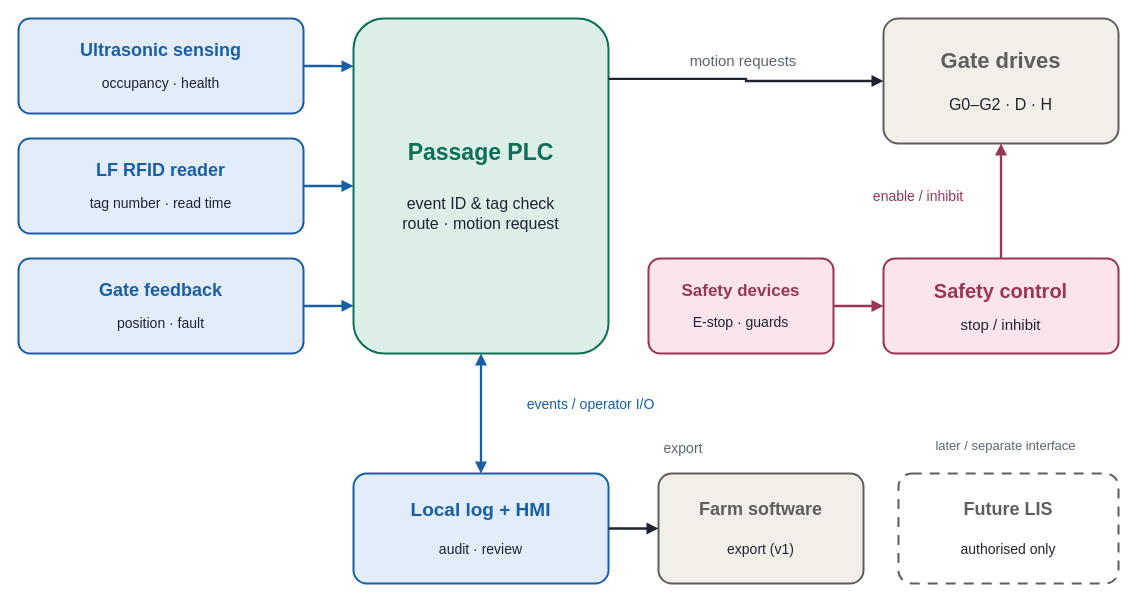
Earlier version of the draw.io diagram 08_组员资料/成员4_Part4_交付/figures/fig_R10_block.drawio (co27la57/UGHN-Y3-E-L). Source tidied: cells renumbered, new cells numbered last; positions are measured from the earlier drawing's top-left corner, leaving out a move shared by most shapes. Both pictures are drawn from the tidied source at 100%, with x=0, y=0 at pixel (18, 18).
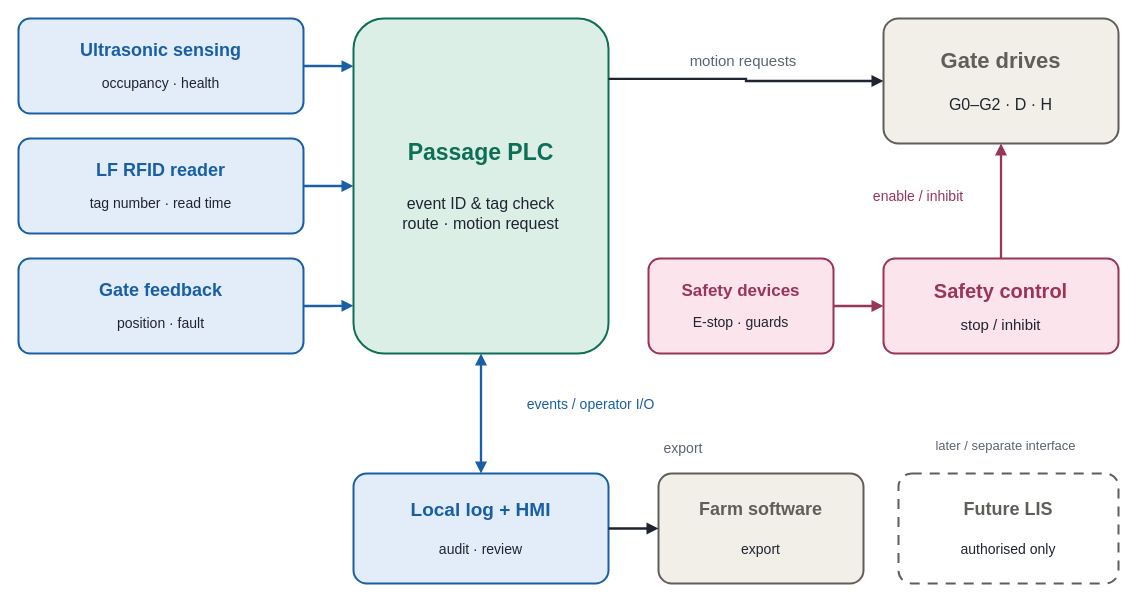
Above is the later version.

The edit, as a diff of the source:
```diff
@@
-    <mxCell id="10" value="&lt;div style=&quot;font-size:18px;color:#5F5E5A;font-weight:bold;&quot;&gt;Farm software&lt;/div&gt;&lt;div style=&quot;height:20px;&quot;&gt;&lt;/div&gt;&lt;div style=&quot;font-size:14px;color:#1F2430;line-height:1.25;&quot;&gt;export (v1)&lt;/div&gt;" style="rounded=1;arcSize=12;whiteSpace=wrap;html=1;align=center;verticalAlign=middle;spacing=6;fillColor=#F1EFE8;strokeColor=#5F5E5A;strokeWidth=2;fontColor=#1F2430;" parent="1" vertex="1">
+    <mxCell id="10" value="&lt;div style=&quot;font-size:18px;color:#5F5E5A;font-weight:bold;&quot;&gt;Farm software&lt;/div&gt;&lt;div style=&quot;height:20px;&quot;&gt;&lt;/div&gt;&lt;div style=&quot;font-size:14px;color:#1F2430;line-height:1.25;&quot;&gt;export&lt;/div&gt;" style="rounded=1;arcSize=12;whiteSpace=wrap;html=1;align=center;verticalAlign=middle;spacing=6;fillColor=#F1EFE8;strokeColor=#5F5E5A;strokeWidth=2;fontColor=#1F2430;" parent="1" vertex="1">
       <mxGeometry x="640" y="455" width="205" height="110" as="geometry" />
     </mxCell>
```
